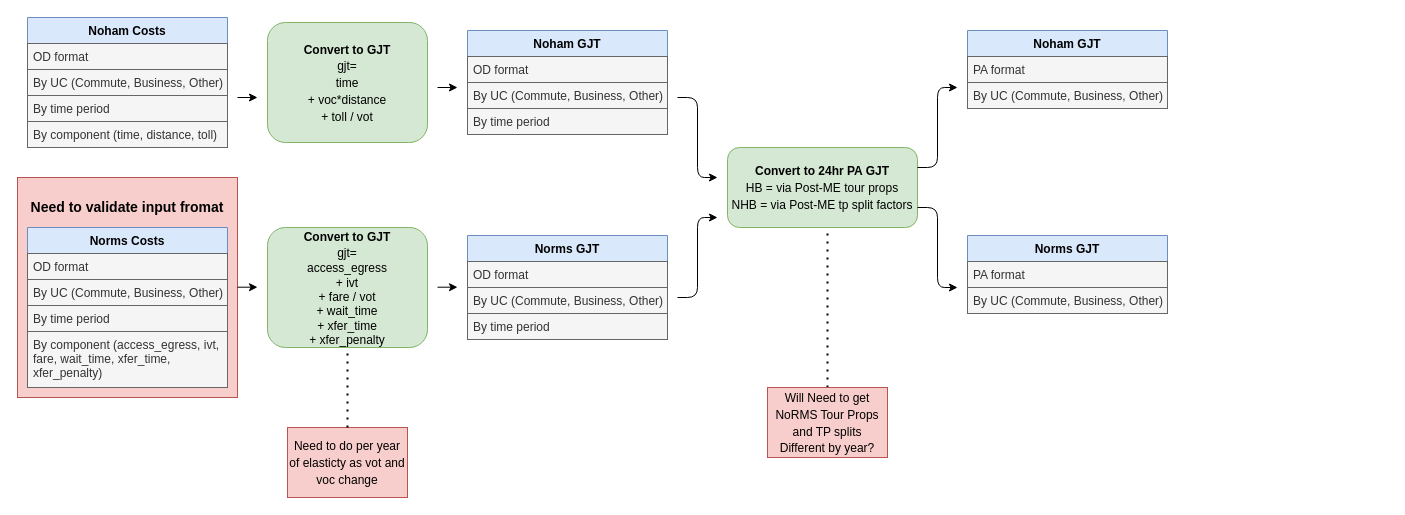
The draw.io diagram docs/op_models/Elasticity/Cost Builder.drawio in Transport-for-the-North/NorMITs-Demand, before the edit. Source tidied: cells renumbered, new cells numbered last; positions are measured from the earlier drawing's top-left corner, leaving out a move shared by most shapes. Both pictures are drawn from the tidied source at 100%, with x=0, y=0 at pixel (17, 17).
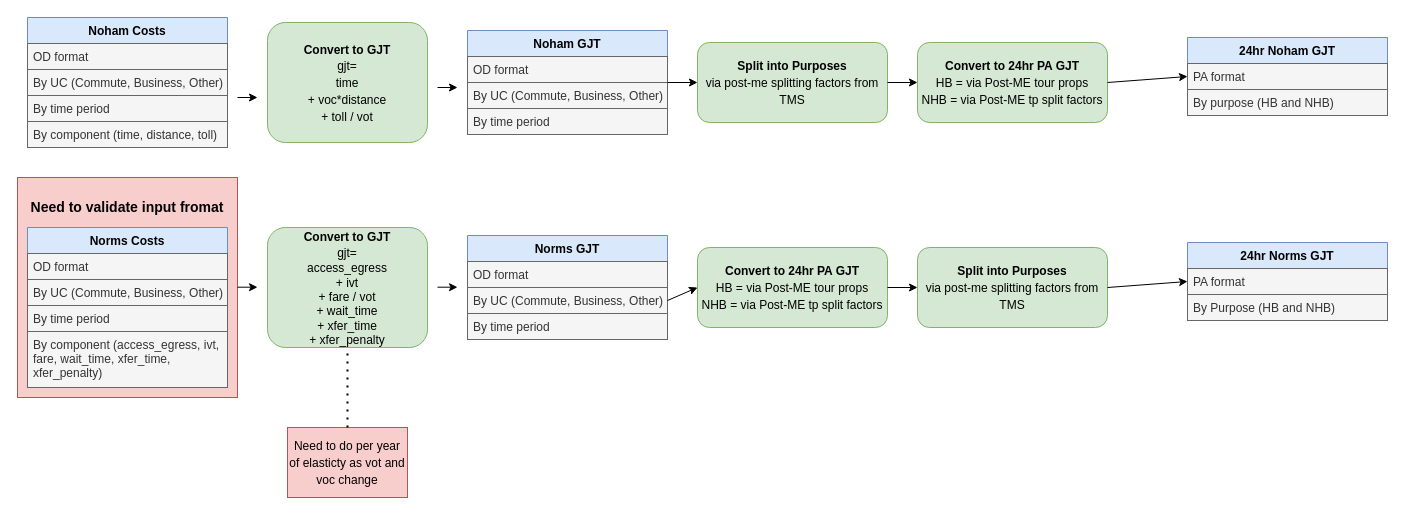
After the change.

Commit message (it also covers changes not shown here):
Normits_DS code structure

Unchanged cells that the change refers to:
```xml
<mxCell id="17" value="By UC (Commute, Business, Other)&#10;" style="text;strokeColor=#666666;fillColor=#f5f5f5;align=left;verticalAlign=top;spacingLeft=4;spacingRight=4;overflow=hidden;points=[[0,0.5],[1,0.5]];portConstraint=eastwest;fontColor=#333333;" parent="15" vertex="1">
  <mxGeometry y="52" width="200" height="26" as="geometry" />
</mxCell>
<mxCell id="22" value="By UC (Commute, Business, Other)&#10;" style="text;strokeColor=#666666;fillColor=#f5f5f5;align=left;verticalAlign=top;spacingLeft=4;spacingRight=4;overflow=hidden;points=[[0,0.5],[1,0.5]];portConstraint=eastwest;fontColor=#333333;" parent="20" vertex="1">
  <mxGeometry y="52" width="200" height="26" as="geometry" />
</mxCell>
<mxCell id="33" value="PA format" style="text;strokeColor=#666666;fillColor=#f5f5f5;align=left;verticalAlign=top;spacingLeft=4;spacingRight=4;overflow=hidden;points=[[0,0.5],[1,0.5]];portConstraint=eastwest;fontColor=#333333;" parent="32" vertex="1">
  <mxGeometry y="26" width="200" height="26" as="geometry" />
</mxCell>
```

Change to the diagram source:
```diff
@@
     <mxCell id="28" value="&lt;font style=&quot;font-size: 12px&quot;&gt;&lt;span style=&quot;font-weight: bold&quot;&gt;Convert to 24hr PA GJT&lt;/span&gt;&lt;font style=&quot;font-weight: bold ; font-size: 12px&quot;&gt;&lt;br&gt;&lt;/font&gt;HB = via Post-ME tour props&lt;br&gt;NHB = via Post-ME tp split factors&lt;br&gt;&lt;/font&gt;" style="rounded=1;whiteSpace=wrap;html=1;fontSize=14;align=center;fillColor=#d5e8d4;strokeColor=#82b366;" parent="1" vertex="1">
-      <mxGeometry x="710" y="130" width="190" height="80" as="geometry" />
+      <mxGeometry x="900" y="25" width="190" height="80" as="geometry" />
     </mxCell>
-    <mxCell id="29" value="Noham GJT" style="swimlane;fontStyle=1;horizontal=1;startSize=26;fillColor=#dae8fc;strokeColor=#6c8ebf;" parent="1" vertex="1">
-      <mxGeometry x="950" y="13" width="200" height="78" as="geometry" />
+    <mxCell id="29" value="24hr Noham GJT" style="swimlane;fontStyle=1;horizontal=1;startSize=26;fillColor=#dae8fc;strokeColor=#6c8ebf;" parent="1" vertex="1">
+      <mxGeometry x="1170" y="20" width="200" height="78" as="geometry" />
     </mxCell>
@@
-    <mxCell id="31" value="By UC (Commute, Business, Other)&#10;" style="text;strokeColor=#666666;fillColor=#f5f5f5;align=left;verticalAlign=top;spacingLeft=4;spacingRight=4;overflow=hidden;fontColor=#333333;" parent="29" vertex="1">
+    <mxCell id="31" value="By purpose (HB and NHB)" style="text;strokeColor=#666666;fillColor=#f5f5f5;align=left;verticalAlign=top;spacingLeft=4;spacingRight=4;overflow=hidden;fontColor=#333333;" parent="29" vertex="1">
       <mxGeometry y="52" width="200" height="26" as="geometry" />
     </mxCell>
-    <mxCell id="32" value="Norms GJT" style="swimlane;fontStyle=1;horizontal=1;startSize=26;fillColor=#dae8fc;strokeColor=#6c8ebf;" parent="1" vertex="1">
-      <mxGeometry x="950" y="218" width="200" height="78" as="geometry" />
+    <mxCell id="32" value="24hr Norms GJT" style="swimlane;fontStyle=1;horizontal=1;startSize=26;fillColor=#dae8fc;strokeColor=#6c8ebf;" parent="1" vertex="1">
+      <mxGeometry x="1170" y="225" width="200" height="78" as="geometry" />
     </mxCell>
@@
-    <mxCell id="34" value="By UC (Commute, Business, Other)&#10;" style="text;strokeColor=#666666;fillColor=#f5f5f5;align=left;verticalAlign=top;spacingLeft=4;spacingRight=4;overflow=hidden;fontColor=#333333;" parent="32" vertex="1">
+    <mxCell id="34" value="By Purpose (HB and NHB)" style="text;strokeColor=#666666;fillColor=#f5f5f5;align=left;verticalAlign=top;spacingLeft=4;spacingRight=4;overflow=hidden;fontColor=#333333;" parent="32" vertex="1">
       <mxGeometry y="52" width="200" height="26" as="geometry" />
     </mxCell>
-    <mxCell id="35" style="endArrow=classic;html=1;fontSize=14;" parent="1" edge="1">
-      <mxGeometry relative="1" as="geometry">
-        <mxPoint x="660" y="80" as="sourcePoint" />
-        <mxPoint x="700" y="160" as="targetPoint" />
-        <Array as="points">
-          <mxPoint x="680" y="80" />
-          <mxPoint x="680" y="160" />
-        </Array>
-      </mxGeometry>
-    </mxCell>
-    <mxCell id="36" style="endArrow=classic;html=1;fontSize=14;" parent="1" edge="1">
-      <mxGeometry relative="1" as="geometry">
-        <mxPoint x="900" y="190" as="sourcePoint" />
-        <mxPoint x="940" y="270" as="targetPoint" />
-        <Array as="points">
-          <mxPoint x="920" y="190" />
-          <mxPoint x="920" y="270" />
-        </Array>
-      </mxGeometry>
-    </mxCell>
-    <mxCell id="37" style="endArrow=classic;html=1;fontSize=14;" parent="1" edge="1">
-      <mxGeometry relative="1" as="geometry">
-        <mxPoint x="660" y="280" as="sourcePoint" />
-        <mxPoint x="700" y="200" as="targetPoint" />
-        <Array as="points">
-          <mxPoint x="680" y="280" />
-          <mxPoint x="680" y="200" />
-        </Array>
-      </mxGeometry>
-    </mxCell>
-    <mxCell id="38" style="endArrow=classic;html=1;fontSize=14;" parent="1" edge="1">
-      <mxGeometry relative="1" as="geometry">
-        <mxPoint x="900" y="150" as="sourcePoint" />
-        <mxPoint x="940" y="70" as="targetPoint" />
-        <Array as="points">
-          <mxPoint x="920" y="150" />
-          <mxPoint x="920" y="70" />
-        </Array>
-      </mxGeometry>
-    </mxCell>
-    <mxCell id="39" style="endArrow=none;dashed=1;html=1;dashPattern=1 3;strokeWidth=2;fontSize=14;" parent="1" edge="1">
-      <mxGeometry relative="1" as="geometry">
-        <mxPoint x="810" y="370" as="sourcePoint" />
-        <mxPoint x="810" y="210" as="targetPoint" />
-      </mxGeometry>
-    </mxCell>
-    <mxCell id="40" value="&lt;font style=&quot;font-size: 12px&quot;&gt;Will Need to get NoRMS Tour Props and TP splits&lt;br&gt;Different by year?&lt;br&gt;&lt;/font&gt;" style="rounded=0;whiteSpace=wrap;html=1;fontSize=14;fillColor=#f8cecc;strokeColor=#b85450;" parent="1" vertex="1">
-      <mxGeometry x="750" y="370" width="120" height="70" as="geometry" />
-    </mxCell>
@@
+    <mxCell id="43" value="&lt;font style=&quot;font-size: 12px&quot;&gt;&lt;span style=&quot;font-weight: bold&quot;&gt;Split into Purposes&lt;/span&gt;&lt;font style=&quot;font-weight: bold ; font-size: 12px&quot;&gt;&lt;br&gt;&lt;/font&gt;via post-me splitting factors from TMS&lt;br&gt;&lt;/font&gt;" style="rounded=1;whiteSpace=wrap;html=1;fontSize=14;align=center;fillColor=#d5e8d4;strokeColor=#82b366;" parent="1" vertex="1">
+      <mxGeometry x="680" y="25" width="190" height="80" as="geometry" />
+    </mxCell>
+    <mxCell id="44" style="endArrow=classic;html=1;fontSize=14;exitX=1;exitY=0;exitDx=0;exitDy=0;entryX=0;entryY=0.5;entryDx=0;entryDy=0;exitPerimeter=0;" parent="1" edge="1" source="17" target="43">
+      <mxGeometry relative="1" as="geometry" />
+    </mxCell>
+    <mxCell id="45" style="endArrow=classic;html=1;fontSize=14;exitX=1;exitY=0.5;exitDx=0;exitDy=0;entryX=0;entryY=0.5;entryDx=0;entryDy=0;" parent="1" edge="1" source="43" target="28">
+      <mxGeometry relative="1" as="geometry" />
+    </mxCell>
+    <mxCell id="46" style="endArrow=classic;html=1;fontSize=14;exitX=1;exitY=0.5;exitDx=0;exitDy=0;entryX=0;entryY=0.5;entryDx=0;entryDy=0;" parent="1" edge="1" source="28" target="29">
+      <mxGeometry relative="1" as="geometry" />
+    </mxCell>
+    <mxCell id="47" value="&lt;font style=&quot;font-size: 12px&quot;&gt;&lt;span style=&quot;font-weight: bold&quot;&gt;Convert to 24hr PA GJT&lt;/span&gt;&lt;font style=&quot;font-weight: bold ; font-size: 12px&quot;&gt;&lt;br&gt;&lt;/font&gt;HB = via Post-ME tour props&lt;br&gt;NHB = via Post-ME tp split factors&lt;br&gt;&lt;/font&gt;" style="rounded=1;whiteSpace=wrap;html=1;fontSize=14;align=center;fillColor=#d5e8d4;strokeColor=#82b366;" parent="1" vertex="1">
+      <mxGeometry x="680" y="230" width="190" height="80" as="geometry" />
+    </mxCell>
+    <mxCell id="48" value="&lt;font style=&quot;font-size: 12px&quot;&gt;&lt;span style=&quot;font-weight: bold&quot;&gt;Split into Purposes&lt;/span&gt;&lt;font style=&quot;font-weight: bold ; font-size: 12px&quot;&gt;&lt;br&gt;&lt;/font&gt;via post-me splitting factors from TMS&lt;br&gt;&lt;/font&gt;" style="rounded=1;whiteSpace=wrap;html=1;fontSize=14;align=center;fillColor=#d5e8d4;strokeColor=#82b366;" parent="1" vertex="1">
+      <mxGeometry x="900" y="230" width="190" height="80" as="geometry" />
+    </mxCell>
+    <mxCell id="49" style="endArrow=classic;html=1;fontSize=14;exitX=1;exitY=0.5;exitDx=0;exitDy=0;entryX=0;entryY=0.5;entryDx=0;entryDy=0;" parent="1" edge="1" source="47" target="48">
+      <mxGeometry relative="1" as="geometry" />
+    </mxCell>
+    <mxCell id="50" style="endArrow=classic;html=1;fontSize=14;exitX=1;exitY=0.5;exitDx=0;exitDy=0;entryX=0;entryY=0.5;entryDx=0;entryDy=0;" parent="1" edge="1" source="48" target="33">
+      <mxGeometry relative="1" as="geometry" />
+    </mxCell>
+    <mxCell id="51" style="endArrow=classic;html=1;fontSize=14;exitX=1;exitY=0.5;exitDx=0;exitDy=0;entryX=0;entryY=0.5;entryDx=0;entryDy=0;" parent="1" edge="1" source="22" target="47">
+      <mxGeometry relative="1" as="geometry" />
+    </mxCell>
```
